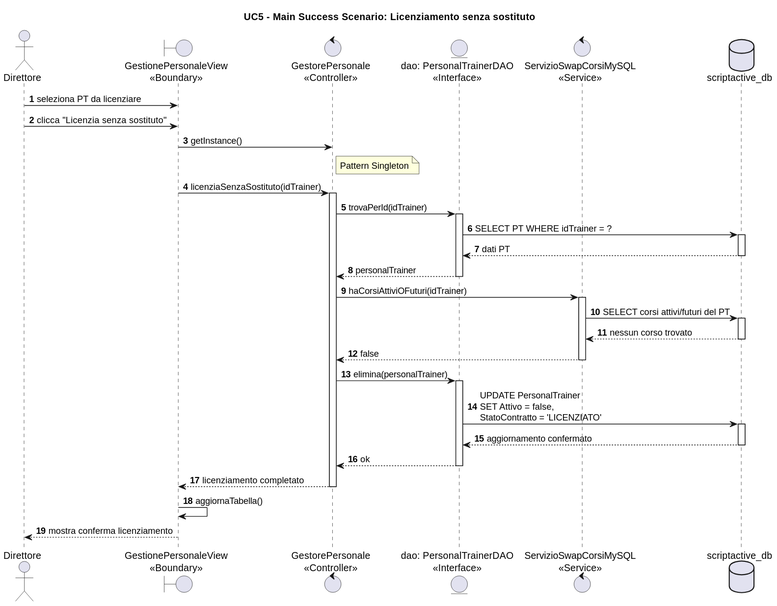
Earlier version of the PlantUML export ScriptActive/Documenti/08. Diagrammi di Sequenza/Visualizzazioni/DSequenzaUC5Main2.svg (svilu999/Progetto-ScriptActive). Source of this version:
```plantuml
@startuml
title UC5 - Main Success Scenario: Licenziamento senza sostituto

autonumber

actor "Direttore" as Direttore
boundary "GestionePersonaleView\n<<Boundary>>" as View
control "GestorePersonale\n<<Controller>>" as Controller
entity "dao: PersonalTrainerDAO\n<<Interface>>" as PTDAO
control "ServizioSwapCorsiMySQL\n<<Service>>" as SwapService
database "scriptactive_db" as DB

Direttore -> View : seleziona PT da licenziare
Direttore -> View : clicca "Licenzia senza sostituto"

View -> Controller : getInstance()
note right of Controller
Pattern Singleton
end note

View -> Controller : licenziaSenzaSostituto(idTrainer)
activate Controller

Controller -> PTDAO : trovaPerId(idTrainer)
activate PTDAO

PTDAO -> DB : SELECT PT WHERE idTrainer = ?
activate DB
DB --> PTDAO : dati PT
deactivate DB

PTDAO --> Controller : personalTrainer
deactivate PTDAO

Controller -> SwapService : haCorsiAttiviOFuturi(idTrainer)
activate SwapService

SwapService -> DB : SELECT corsi attivi/futuri del PT
activate DB
DB --> SwapService : nessun corso trovato
deactivate DB

SwapService --> Controller : false
deactivate SwapService

Controller -> PTDAO : elimina(personalTrainer)
activate PTDAO

PTDAO -> DB : UPDATE PersonalTrainer\nSET Attivo = false,\nStatoContratto = 'LICENZIATO'
activate DB
DB --> PTDAO : aggiornamento confermato
deactivate DB

PTDAO --> Controller : ok
deactivate PTDAO

Controller --> View : licenziamento completato
deactivate Controller

View -> View : aggiornaTabella()
View --> Direttore : mostra conferma licenziamento
@enduml
```
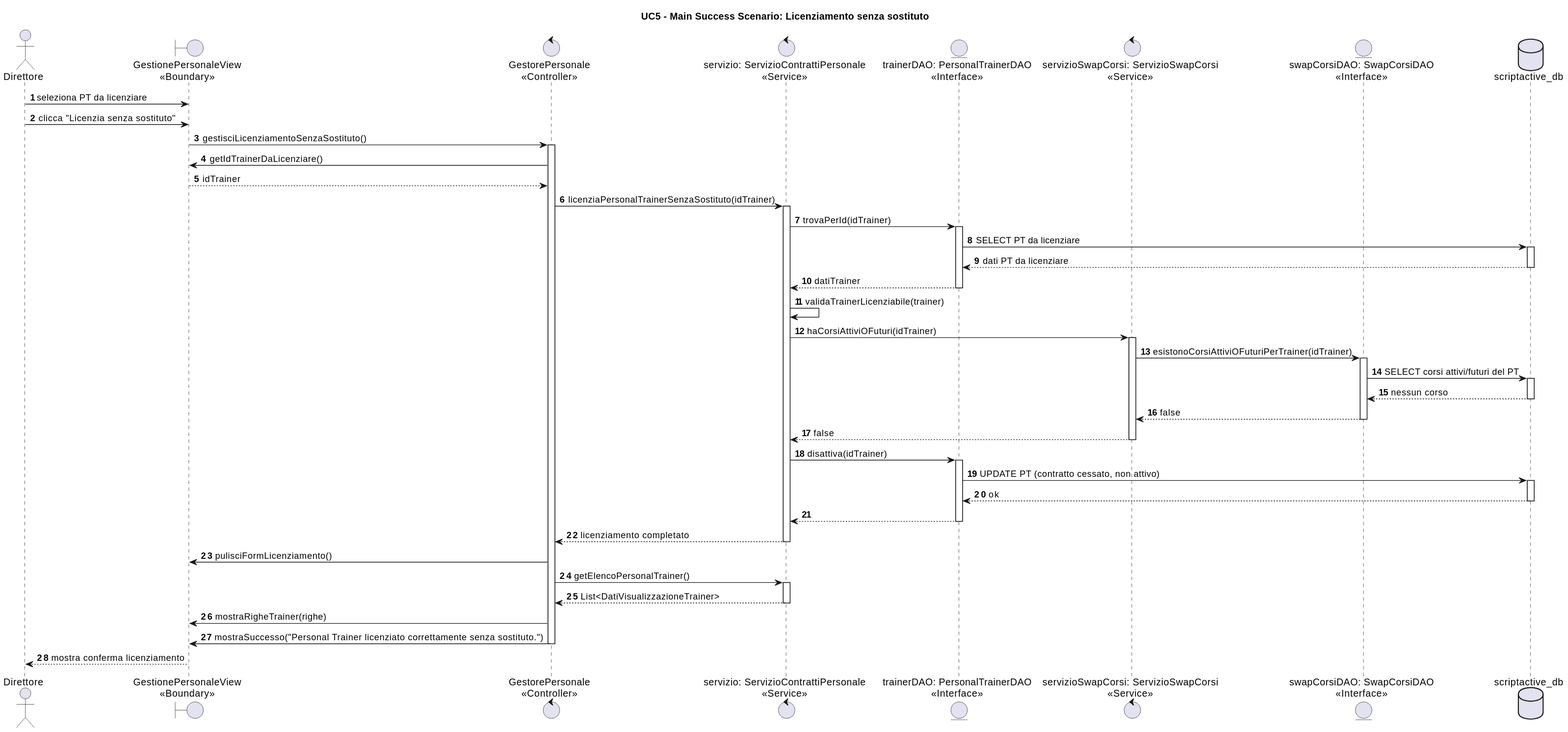
The same diagram one commit later.

Diff of the diagram source:
```diff
@@ -6,57 +6,68 @@
 actor "Direttore" as Direttore
 boundary "GestionePersonaleView\n<<Boundary>>" as View
 control "GestorePersonale\n<<Controller>>" as Controller
-entity "dao: PersonalTrainerDAO\n<<Interface>>" as PTDAO
-control "ServizioSwapCorsiMySQL\n<<Service>>" as SwapService
+control "servizio: ServizioContrattiPersonale\n<<Service>>" as Servizio
+entity "trainerDAO: PersonalTrainerDAO\n<<Interface>>" as PTDAO
+control "servizioSwapCorsi: ServizioSwapCorsi\n<<Service>>" as SwapService
+entity "swapCorsiDAO: SwapCorsiDAO\n<<Interface>>" as SwapDAO
 database "scriptactive_db" as DB
 
 Direttore -> View : seleziona PT da licenziare
 Direttore -> View : clicca "Licenzia senza sostituto"
 
-View -> Controller : getInstance()
-note right of Controller
-Pattern Singleton
-end note
-
-View -> Controller : licenziaSenzaSostituto(idTrainer)
+View -> Controller : gestisciLicenziamentoSenzaSostituto()
 activate Controller
 
-Controller -> PTDAO : trovaPerId(idTrainer)
+Controller -> View : getIdTrainerDaLicenziare()
+View --> Controller : idTrainer
+
+Controller -> Servizio : licenziaPersonalTrainerSenzaSostituto(idTrainer)
+activate Servizio
+
+Servizio -> PTDAO : trovaPerId(idTrainer)
 activate PTDAO
-
-PTDAO -> DB : SELECT PT WHERE idTrainer = ?
+PTDAO -> DB : SELECT PT da licenziare
 activate DB
-DB --> PTDAO : dati PT
+DB --> PTDAO : dati PT da licenziare
 deactivate DB
-
-PTDAO --> Controller : personalTrainer
+PTDAO --> Servizio : datiTrainer
 deactivate PTDAO
 
-Controller -> SwapService : haCorsiAttiviOFuturi(idTrainer)
+Servizio -> Servizio : validaTrainerLicenziabile(trainer)
+
+Servizio -> SwapService : haCorsiAttiviOFuturi(idTrainer)
 activate SwapService
-
-SwapService -> DB : SELECT corsi attivi/futuri del PT
+SwapService -> SwapDAO : esistonoCorsiAttiviOFuturiPerTrainer(idTrainer)
+activate SwapDAO
+SwapDAO -> DB : SELECT corsi attivi/futuri del PT
 activate DB
-DB --> SwapService : nessun corso trovato
+DB --> SwapDAO : nessun corso
 deactivate DB
-
-SwapService --> Controller : false
+SwapDAO --> SwapService : false
+deactivate SwapDAO
+SwapService --> Servizio : false
 deactivate SwapService
 
-Controller -> PTDAO : elimina(personalTrainer)
+Servizio -> PTDAO : disattiva(idTrainer)
 activate PTDAO
-
-PTDAO -> DB : UPDATE PersonalTrainer\nSET Attivo = false,\nStatoContratto = 'LICENZIATO'
+PTDAO -> DB : UPDATE PT (contratto cessato, non attivo)
 activate DB
-DB --> PTDAO : aggiornamento confermato
+DB --> PTDAO : ok
 deactivate DB
-
-PTDAO --> Controller : ok
+PTDAO --> Servizio
 deactivate PTDAO
 
-Controller --> View : licenziamento completato
+Servizio --> Controller : licenziamento completato
+deactivate Servizio
+
+Controller -> View : pulisciFormLicenziamento()
+Controller -> Servizio : getElencoPersonalTrainer()
+activate Servizio
+Servizio --> Controller : List<DatiVisualizzazioneTrainer>
+deactivate Servizio
+Controller -> View : mostraRigheTrainer(righe)
+Controller -> View : mostraSuccesso("Personal Trainer licenziato correttamente senza sostituto.")
 deactivate Controller
 
-View -> View : aggiornaTabella()
 View --> Direttore : mostra conferma licenziamento
 @enduml
```
